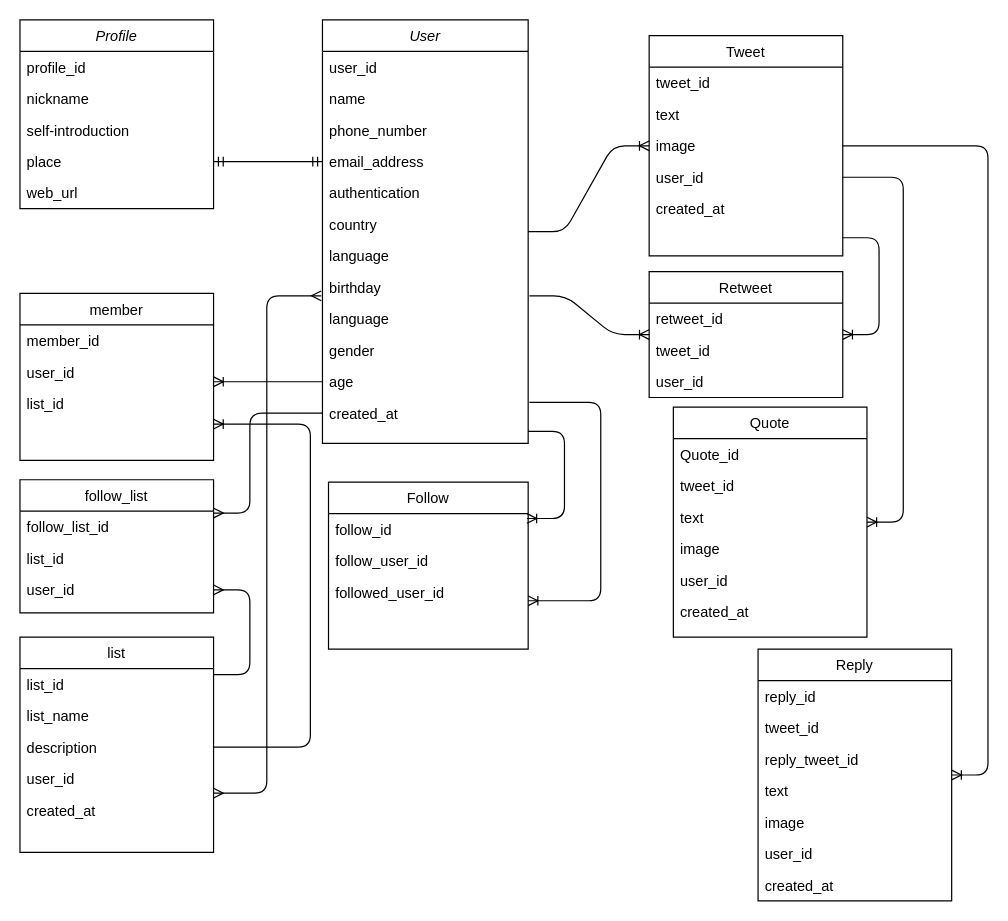
Earlier version of the draw.io diagram Twitter_ER_diagrams.drawio (ShotaTsuru/ruby-practices). Source tidied: cells renumbered, new cells numbered last; positions are measured from the earlier drawing's top-left corner, leaving out a move shared by most shapes. Both pictures are drawn from the tidied source at 121%, with x=0, y=0 at pixel (19, 19).
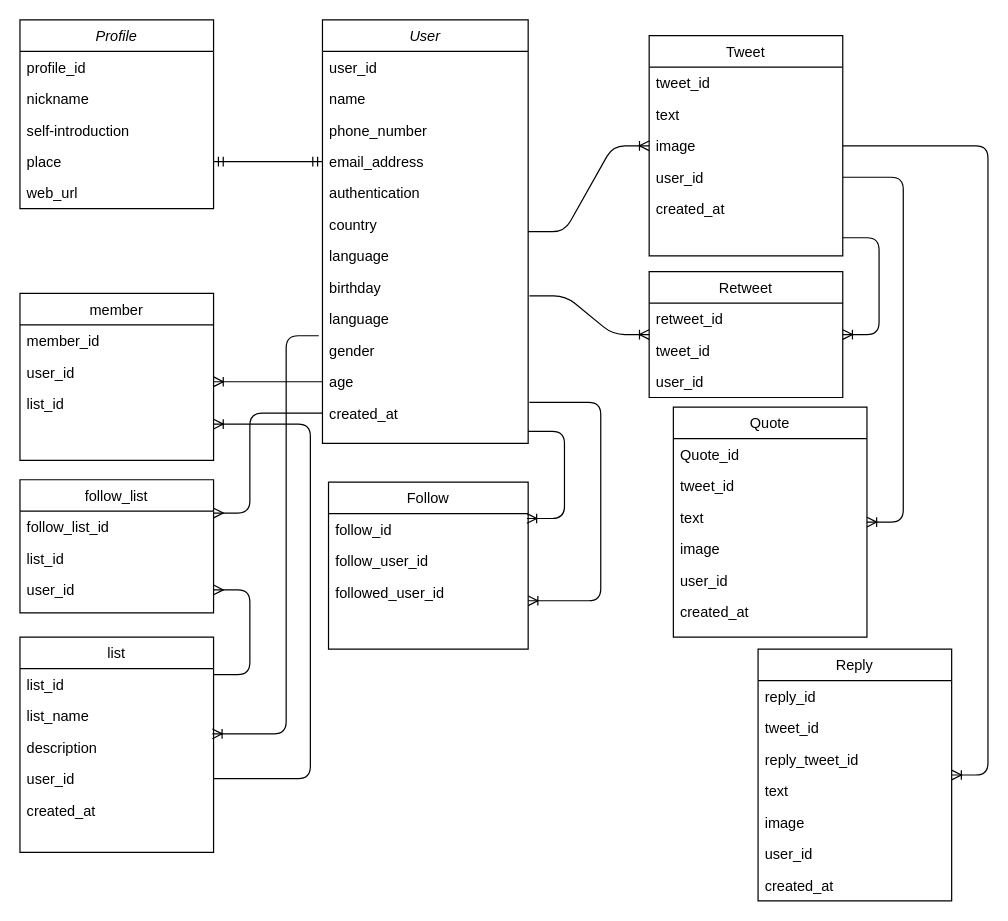
Above is the later version.

The change refers to these unchanged cells:
```xml
<mxCell id="34" value="birthday" style="text;align=left;verticalAlign=top;spacingLeft=4;spacingRight=4;overflow=hidden;points=[[0,0.5],[1,0.5]];portConstraint=eastwest;" parent="26" vertex="1">
  <mxGeometry y="208" width="170" height="26" as="geometry" />
</mxCell>
<mxCell id="36" value="gender" style="text;align=left;verticalAlign=top;spacingLeft=4;spacingRight=4;overflow=hidden;points=[[0,0.5],[1,0.5]];portConstraint=eastwest;" parent="26" vertex="1">
  <mxGeometry y="260" width="170" height="26" as="geometry" />
</mxCell>
<mxCell id="42" value="description" style="text;align=left;verticalAlign=top;spacingLeft=4;spacingRight=4;overflow=hidden;points=[[0,0.5],[1,0.5]];portConstraint=eastwest;rounded=0;shadow=0;html=0;" parent="39" vertex="1">
  <mxGeometry y="78" width="160" height="26" as="geometry" />
</mxCell>
<mxCell id="43" value="user_id" style="text;align=left;verticalAlign=top;spacingLeft=4;spacingRight=4;overflow=hidden;points=[[0,0.5],[1,0.5]];portConstraint=eastwest;rounded=0;shadow=0;html=0;" parent="39" vertex="1">
  <mxGeometry y="104" width="160" height="26" as="geometry" />
</mxCell>
```

Diff of the diagram source:
```diff
@@
-    <mxCell id="46" style="edgeStyle=elbowEdgeStyle;fontSize=12;html=1;endArrow=ERmany;startArrow=ERmany;entryX=-0.006;entryY=0.769;entryDx=0;entryDy=0;entryPerimeter=0;" parent="1" edge="1" target="34">
-      <mxGeometry relative="1" as="geometry">
-        <mxPoint x="160" y="639" as="sourcePoint" />
-      </mxGeometry>
-    </mxCell>
@@
-    <mxCell id="75" style="edgeStyle=elbowEdgeStyle;fontSize=12;html=1;endArrow=ERoneToMany;exitX=1;exitY=0.5;exitDx=0;exitDy=0;" parent="1" edge="1" source="42">
+    <mxCell id="75" style="edgeStyle=elbowEdgeStyle;fontSize=12;html=1;endArrow=ERoneToMany;exitX=1;exitY=0.5;exitDx=0;exitDy=0;" parent="1" edge="1" source="43">
       <mxGeometry relative="1" as="geometry">
         <mxPoint x="160" y="334" as="targetPoint" />
         <Array as="points">
           <mxPoint x="240" y="470" />
         </Array>
       </mxGeometry>
     </mxCell>
@@
+    <mxCell id="77" style="edgeStyle=elbowEdgeStyle;fontSize=12;html=1;endArrow=ERoneToMany;exitX=-0.018;exitY=0.038;exitDx=0;exitDy=0;entryX=0.994;entryY=0.077;entryDx=0;entryDy=0;entryPerimeter=0;exitPerimeter=0;" parent="1" edge="1" source="36" target="42">
+      <mxGeometry relative="1" as="geometry">
+        <Array as="points">
+          <mxPoint x="220" y="430" />
+        </Array>
+      </mxGeometry>
+    </mxCell>
```
